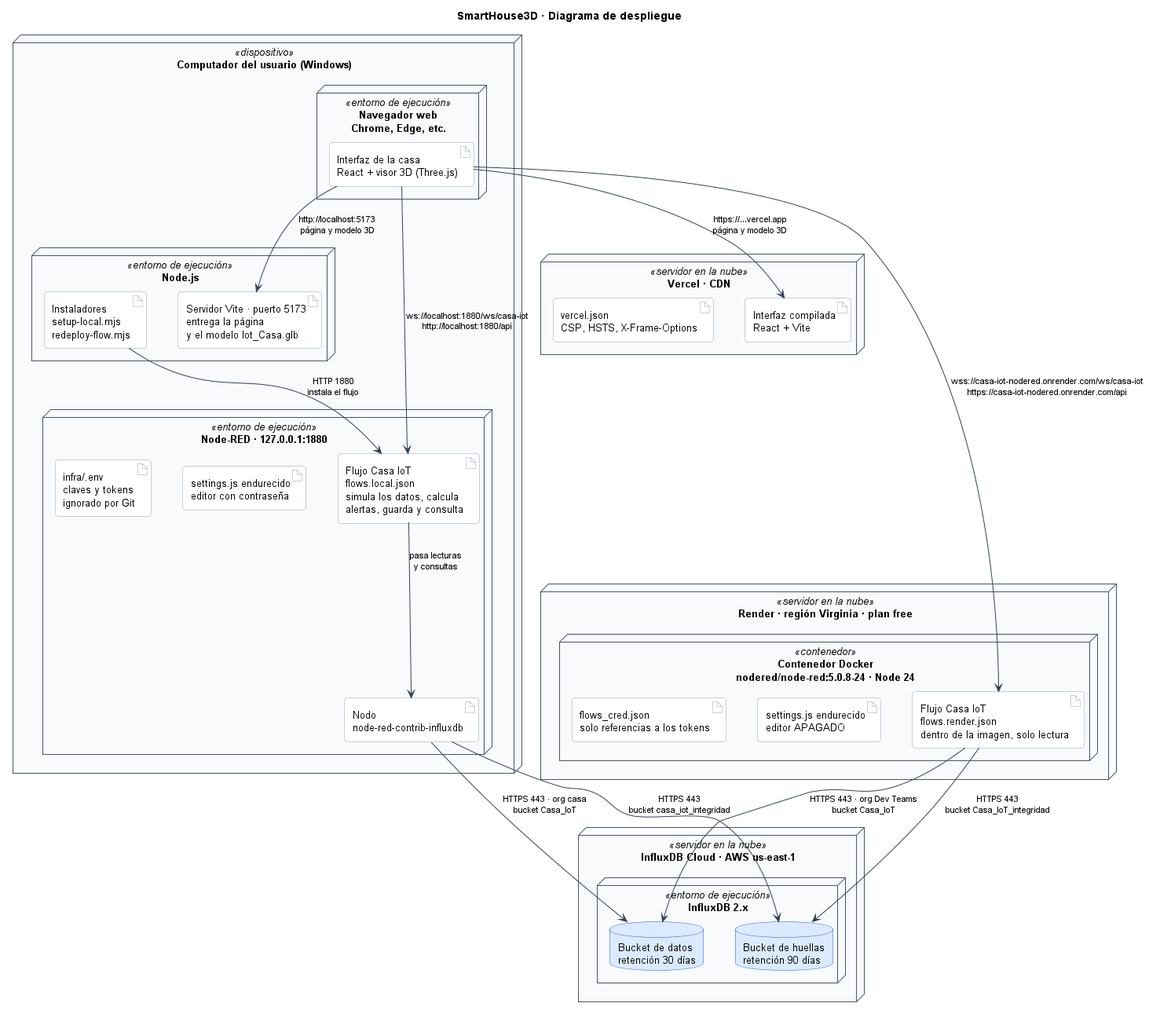
WilderG2004/SmartHouse3D keeps this PlantUML diagram as docs/diagramas/png/despliegue.png. Above is the earlier version.
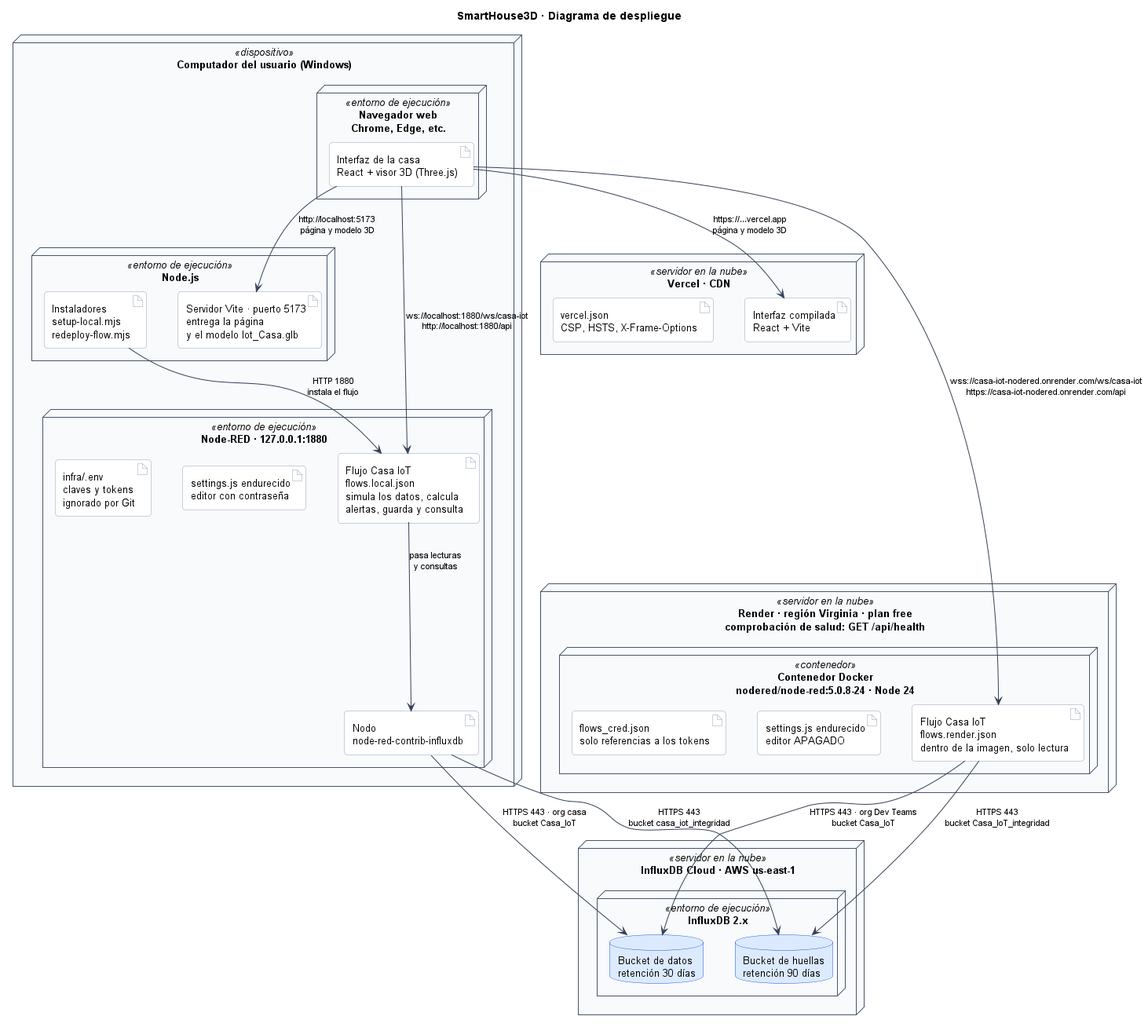
After the commit.

The edit, as a diff of the source:
```diff
@@ -47,7 +47,7 @@
   artifact "vercel.json\nCSP, HSTS, X-Frame-Options" as vercelCsp
 }
 
-node "Render · región Virginia · plan free" <<servidor en la nube>> {
+node "Render · región Virginia · plan free\ncomprobación de salud: GET /api/health" <<servidor en la nube>> {
   node "Contenedor Docker\nnodered/node-red:5.0.8-24 · Node 24" <<contenedor>> {
     artifact "Flujo Casa IoT\nflows.render.json\ndentro de la imagen, solo lectura" as flujoProd
     artifact "settings.js endurecido\neditor APAGADO" as settingsProd
```
